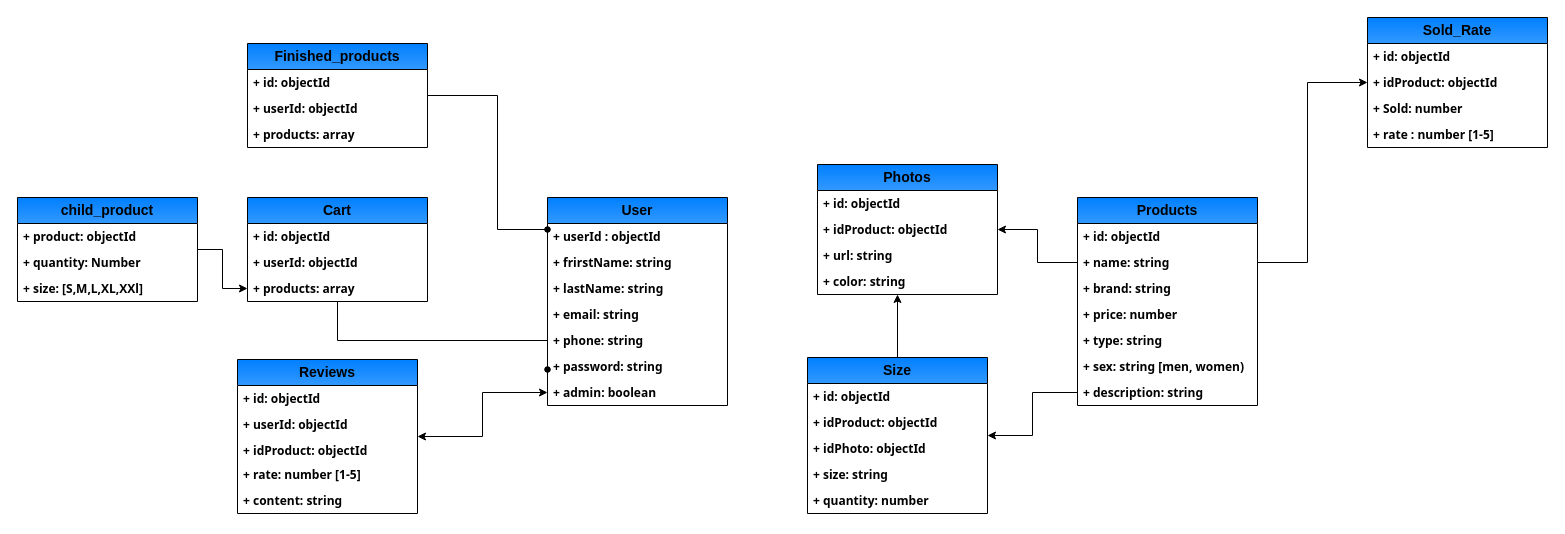
This is Biểu đồ không có tiêu đề.drawio from Baodt2911/FASCO, a draw.io file, before an edit. Source tidied: cells renumbered, new cells numbered last; positions are measured from the earlier drawing's top-left corner, leaving out a move shared by most shapes. Both pictures are drawn from the tidied source at 100%, with x=0, y=0 at pixel (17, 17).
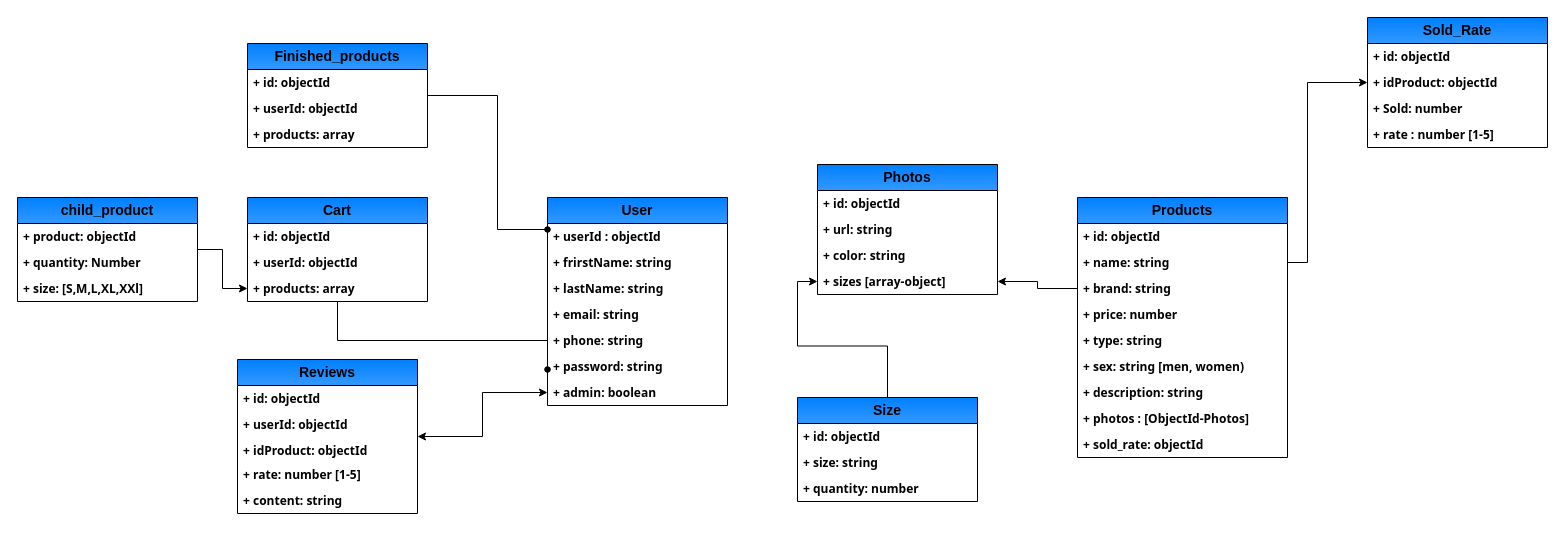
The same diagram, later.

Commit message:
update photo, product

The change refers to these unchanged cells:
```xml
<mxCell id="39" value="Photos" style="swimlane;fontStyle=1;horizontal=1;startSize=26;fillColor=#007FFF;whiteSpace=wrap;html=1;rounded=0;glass=0;shadow=0;swimlaneFillColor=default;gradientColor=#3399FF;fontSize=14;arcSize=50;" parent="1" vertex="1">
  <mxGeometry x="800" y="147" width="180" height="130" as="geometry" />
</mxCell>
```

Diff of the diagram source:
```diff
@@
     <mxCell id="20" value="Products" style="swimlane;fontStyle=1;horizontal=1;startSize=26;fillColor=#007FFF;whiteSpace=wrap;html=1;rounded=0;glass=0;shadow=0;swimlaneFillColor=default;gradientColor=#3399FF;fontSize=14;arcSize=50;" parent="1" vertex="1">
-      <mxGeometry x="1060" y="180" width="180" height="208" as="geometry" />
+      <mxGeometry x="1060" y="180" width="210" height="260" as="geometry" />
     </mxCell>
     <mxCell id="21" value="+ id: objectId" style="text;strokeColor=none;fillColor=none;align=left;verticalAlign=top;spacingLeft=4;spacingRight=4;overflow=hidden;whiteSpace=wrap;html=1;fontSize=12;fontStyle=1;fontFamily=Tahoma;" parent="20" vertex="1">
-      <mxGeometry y="26" width="180" height="26" as="geometry" />
+      <mxGeometry y="26" width="210" height="26" as="geometry" />
     </mxCell>
     <mxCell id="22" value="+ name: string" style="text;strokeColor=none;fillColor=none;align=left;verticalAlign=top;spacingLeft=4;spacingRight=4;overflow=hidden;points=[[0,0.5],[1,0.5]];portConstraint=eastwest;whiteSpace=wrap;html=1;fontFamily=Tahoma;fontStyle=1;" parent="20" vertex="1">
-      <mxGeometry y="52" width="180" height="26" as="geometry" />
+      <mxGeometry y="52" width="210" height="26" as="geometry" />
     </mxCell>
     <mxCell id="23" value="+ brand: string" style="text;strokeColor=none;fillColor=none;align=left;verticalAlign=top;spacingLeft=4;spacingRight=4;overflow=hidden;points=[[0,0.5],[1,0.5]];portConstraint=eastwest;whiteSpace=wrap;html=1;fontFamily=Tahoma;fontStyle=1;" parent="20" vertex="1">
-      <mxGeometry y="78" width="180" height="26" as="geometry" />
+      <mxGeometry y="78" width="210" height="26" as="geometry" />
     </mxCell>
     <mxCell id="24" value="+ price: number" style="text;strokeColor=none;fillColor=none;align=left;verticalAlign=top;spacingLeft=4;spacingRight=4;overflow=hidden;whiteSpace=wrap;html=1;fontFamily=Tahoma;fontStyle=1;" parent="20" vertex="1">
-      <mxGeometry y="104" width="180" height="26" as="geometry" />
+      <mxGeometry y="104" width="210" height="26" as="geometry" />
     </mxCell>
     <mxCell id="25" value="+ type: string" style="text;strokeColor=none;fillColor=none;align=left;verticalAlign=top;spacingLeft=4;spacingRight=4;overflow=hidden;whiteSpace=wrap;html=1;fontFamily=Tahoma;fontStyle=1;" parent="20" vertex="1">
-      <mxGeometry y="130" width="180" height="26" as="geometry" />
+      <mxGeometry y="130" width="210" height="26" as="geometry" />
     </mxCell>
     <mxCell id="26" value="+ sex: string [men, women)" style="text;strokeColor=none;fillColor=none;align=left;verticalAlign=top;spacingLeft=4;spacingRight=4;overflow=hidden;whiteSpace=wrap;html=1;fontFamily=Tahoma;fontStyle=1;" parent="20" vertex="1">
-      <mxGeometry y="156" width="180" height="26" as="geometry" />
+      <mxGeometry y="156" width="210" height="26" as="geometry" />
     </mxCell>
     <mxCell id="27" value="+ description: string" style="text;strokeColor=none;fillColor=none;align=left;verticalAlign=top;spacingLeft=4;spacingRight=4;overflow=hidden;points=[[0,0.5],[1,0.5]];portConstraint=eastwest;whiteSpace=wrap;html=1;fontFamily=Tahoma;fontStyle=1;" parent="20" vertex="1">
-      <mxGeometry y="182" width="180" height="26" as="geometry" />
+      <mxGeometry y="182" width="210" height="26" as="geometry" />
     </mxCell>
+    <mxCell id="64" value="+ photos : [ObjectId-Photos]" style="text;strokeColor=none;fillColor=none;align=left;verticalAlign=top;spacingLeft=4;spacingRight=4;overflow=hidden;whiteSpace=wrap;html=1;fontFamily=Tahoma;fontStyle=1;" parent="20" vertex="1">
+      <mxGeometry y="208" width="210" height="26" as="geometry" />
+    </mxCell>
+    <mxCell id="65" value="+ sold_rate: objectId" style="text;strokeColor=none;fillColor=none;align=left;verticalAlign=top;spacingLeft=4;spacingRight=4;overflow=hidden;whiteSpace=wrap;html=1;fontFamily=Tahoma;fontStyle=1;" parent="20" vertex="1">
+      <mxGeometry y="234" width="210" height="26" as="geometry" />
+    </mxCell>
@@
-    <mxCell id="41" value="+ idProduct: objectId" style="text;strokeColor=none;fillColor=none;align=left;verticalAlign=top;spacingLeft=4;spacingRight=4;overflow=hidden;points=[[0,0.5],[1,0.5]];portConstraint=eastwest;whiteSpace=wrap;html=1;fontFamily=Tahoma;fontStyle=1;" parent="39" vertex="1">
-      <mxGeometry y="52" width="180" height="26" as="geometry" />
-    </mxCell>
     <mxCell id="42" value="+ url: string" style="text;strokeColor=none;fillColor=none;align=left;verticalAlign=top;spacingLeft=4;spacingRight=4;overflow=hidden;whiteSpace=wrap;html=1;fontFamily=Tahoma;fontStyle=1;" parent="39" vertex="1">
-      <mxGeometry y="78" width="180" height="26" as="geometry" />
+      <mxGeometry y="52" width="180" height="26" as="geometry" />
     </mxCell>
     <mxCell id="43" value="+ color: string" style="text;strokeColor=none;fillColor=none;align=left;verticalAlign=top;spacingLeft=4;spacingRight=4;overflow=hidden;points=[[0,0.5],[1,0.5]];portConstraint=eastwest;whiteSpace=wrap;html=1;fontFamily=Tahoma;fontStyle=1;" parent="39" vertex="1">
-      <mxGeometry y="104" width="180" height="26" as="geometry" />
+      <mxGeometry y="78" width="180" height="26" as="geometry" />
     </mxCell>
-    <mxCell id="44" style="edgeStyle=orthogonalEdgeStyle;rounded=0;jettySize=auto;html=1;fontFamily=Helvetica;fontSize=14;fontColor=default;fontStyle=1;" parent="1" edge="1" source="45" target="43">
-      <mxGeometry relative="1" as="geometry">
-        <Array as="points">
-          <mxPoint x="880" y="280" />
-          <mxPoint x="880" y="280" />
-        </Array>
-      </mxGeometry>
-    </mxCell>
+    <mxCell id="66" value="+ sizes [array-object]" style="text;strokeColor=none;fillColor=none;align=left;verticalAlign=top;spacingLeft=4;spacingRight=4;overflow=hidden;points=[[0,0.5],[1,0.5]];portConstraint=eastwest;whiteSpace=wrap;html=1;fontFamily=Tahoma;fontStyle=1;" parent="39" vertex="1">
+      <mxGeometry y="104" width="180" height="26" as="geometry" />
+    </mxCell>
+    <mxCell id="67" style="edgeStyle=orthogonalEdgeStyle;rounded=0;jettySize=auto;html=1;" parent="1" edge="1" source="45" target="66">
+      <mxGeometry relative="1" as="geometry" />
+    </mxCell>
     <mxCell id="45" value="Size" style="swimlane;fontStyle=1;horizontal=1;startSize=26;fillColor=#007FFF;whiteSpace=wrap;html=1;rounded=0;glass=0;shadow=0;swimlaneFillColor=default;gradientColor=#3399FF;fontSize=14;arcSize=50;" parent="1" vertex="1">
-      <mxGeometry x="790" y="340" width="180" height="156" as="geometry" />
+      <mxGeometry x="780" y="380" width="180" height="104" as="geometry" />
     </mxCell>
@@
-    <mxCell id="47" value="+ idProduct: objectId" style="text;strokeColor=none;fillColor=none;align=left;verticalAlign=top;spacingLeft=4;spacingRight=4;overflow=hidden;whiteSpace=wrap;html=1;fontSize=12;fontStyle=1;fontFamily=Tahoma;" parent="45" vertex="1">
-      <mxGeometry y="52" width="180" height="26" as="geometry" />
-    </mxCell>
-    <mxCell id="48" value="+ idPhoto: objectId" style="text;strokeColor=none;fillColor=none;align=left;verticalAlign=top;spacingLeft=4;spacingRight=4;overflow=hidden;whiteSpace=wrap;html=1;fontFamily=Tahoma;fontStyle=1;" parent="45" vertex="1">
-      <mxGeometry y="78" width="180" height="26" as="geometry" />
-    </mxCell>
     <mxCell id="49" value="+ size: string" style="text;strokeColor=none;fillColor=none;align=left;verticalAlign=top;spacingLeft=4;spacingRight=4;overflow=hidden;whiteSpace=wrap;html=1;fontFamily=Tahoma;fontStyle=1;" parent="45" vertex="1">
-      <mxGeometry y="104" width="180" height="26" as="geometry" />
+      <mxGeometry y="52" width="180" height="26" as="geometry" />
     </mxCell>
     <mxCell id="50" value="+ quantity: number" style="text;strokeColor=none;fillColor=none;align=left;verticalAlign=top;spacingLeft=4;spacingRight=4;overflow=hidden;whiteSpace=wrap;html=1;fontFamily=Tahoma;fontStyle=1;" parent="45" vertex="1">
-      <mxGeometry y="130" width="180" height="26" as="geometry" />
+      <mxGeometry y="78" width="180" height="26" as="geometry" />
     </mxCell>
@@
-    <mxCell id="57" style="edgeStyle=orthogonalEdgeStyle;rounded=0;jettySize=auto;html=1;fontFamily=Helvetica;fontSize=14;fontColor=default;fontStyle=1;startArrow=classic;startFill=1;endArrow=none;endFill=0;" parent="1" edge="1" source="41" target="22">
-      <mxGeometry relative="1" as="geometry" />
-    </mxCell>
-    <mxCell id="58" style="edgeStyle=orthogonalEdgeStyle;rounded=0;jettySize=auto;html=1;endArrow=none;endFill=0;startArrow=classic;startFill=1;exitX=1;exitY=0.5;exitDx=0;exitDy=0;" parent="1" edge="1" source="45" target="27">
-      <mxGeometry relative="1" as="geometry" />
-    </mxCell>
@@
+    <mxCell id="68" style="edgeStyle=orthogonalEdgeStyle;rounded=0;jettySize=auto;html=1;" parent="1" edge="1" source="23" target="66">
+      <mxGeometry relative="1" as="geometry" />
+    </mxCell>
```
